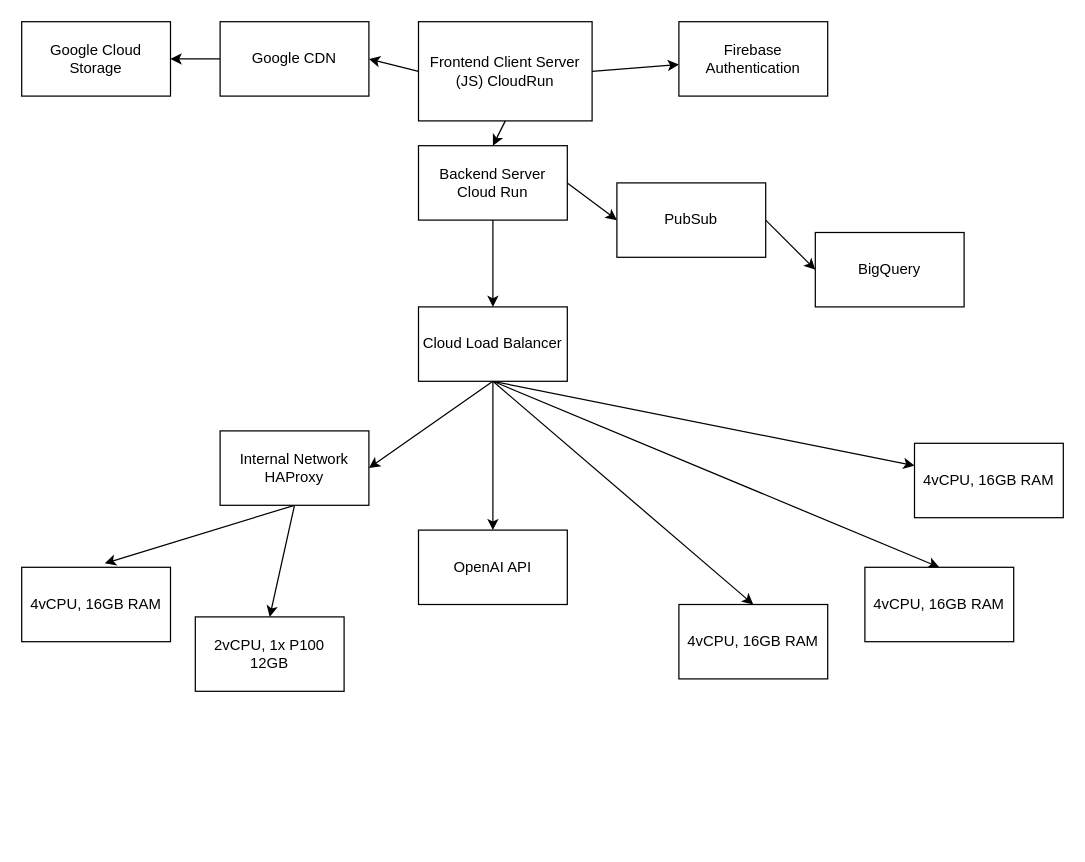
Earlier version of the draw.io diagram diagrams/infrastructure.drawio (mzen17/Character-Neural-Engine). Source tidied: cells renumbered, new cells numbered last; positions are measured from the earlier drawing's top-left corner, leaving out a move shared by most shapes. Both pictures are drawn from the tidied source at 124%, with x=0, y=0 at pixel (21, 21).
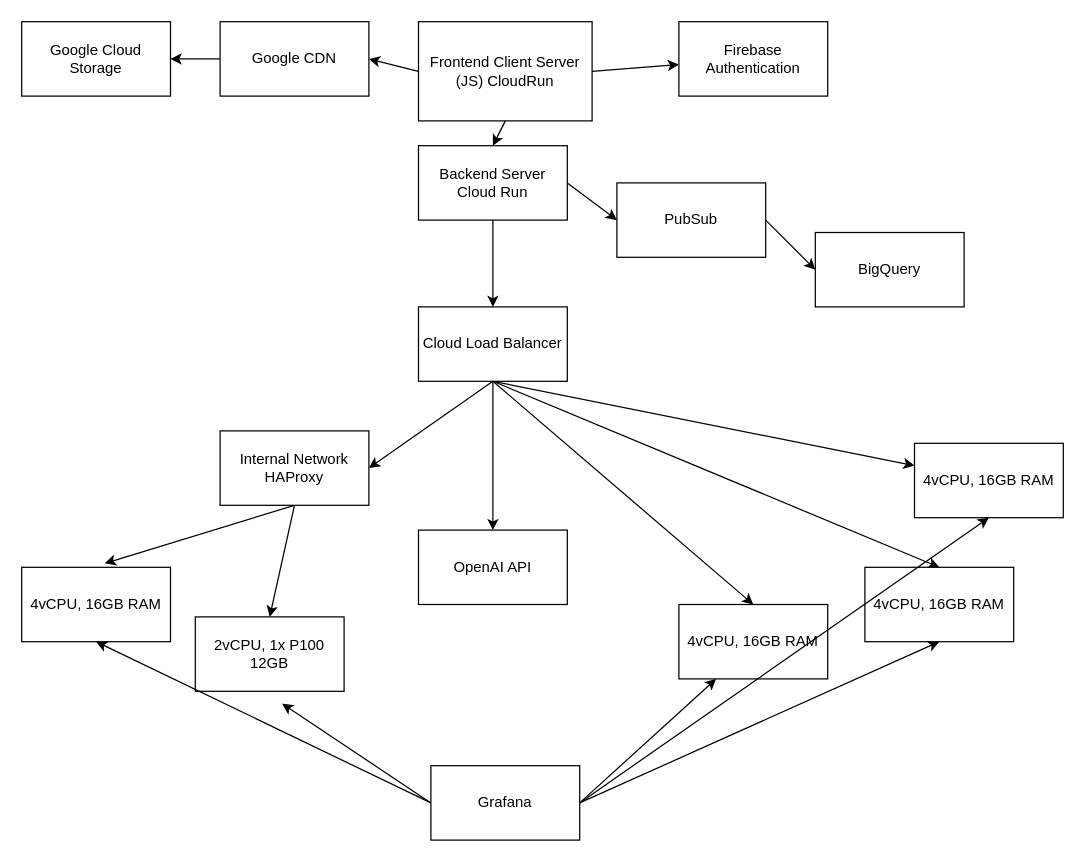
Above is the later version.

The change refers to these unchanged cells:
```xml
<mxCell id="18" value="4vCPU, 16GB RAM" style="rounded=0;whiteSpace=wrap;html=1;" parent="1" vertex="1">
  <mxGeometry y="440" width="120" height="60" as="geometry" />
</mxCell>
<mxCell id="22" value="4vCPU, 16GB RAM" style="rounded=0;whiteSpace=wrap;html=1;" parent="1" vertex="1">
  <mxGeometry x="530" y="470" width="120" height="60" as="geometry" />
</mxCell>
<mxCell id="23" value="4vCPU, 16GB RAM" style="rounded=0;whiteSpace=wrap;html=1;" parent="1" vertex="1">
  <mxGeometry x="680" y="440" width="120" height="60" as="geometry" />
</mxCell>
<mxCell id="24" value="4vCPU, 16GB RAM" style="rounded=0;whiteSpace=wrap;html=1;" parent="1" vertex="1">
  <mxGeometry x="720" y="340" width="120" height="60" as="geometry" />
</mxCell>
```

Change to the diagram source:
```diff
@@
+    <mxCell id="31" style="edgeStyle=none;html=1;exitX=1;exitY=0.5;exitDx=0;exitDy=0;entryX=0.25;entryY=1;entryDx=0;entryDy=0;" parent="1" edge="1" source="36" target="22">
+      <mxGeometry relative="1" as="geometry" />
+    </mxCell>
+    <mxCell id="32" style="edgeStyle=none;html=1;exitX=0;exitY=0.5;exitDx=0;exitDy=0;" parent="1" edge="1" source="36">
+      <mxGeometry relative="1" as="geometry">
+        <mxPoint x="210" y="550" as="targetPoint" />
+      </mxGeometry>
+    </mxCell>
+    <mxCell id="33" style="edgeStyle=none;html=1;exitX=0;exitY=0.5;exitDx=0;exitDy=0;entryX=0.5;entryY=1;entryDx=0;entryDy=0;" parent="1" edge="1" source="36" target="18">
+      <mxGeometry relative="1" as="geometry" />
+    </mxCell>
+    <mxCell id="34" style="edgeStyle=none;html=1;exitX=1;exitY=0.5;exitDx=0;exitDy=0;entryX=0.5;entryY=1;entryDx=0;entryDy=0;" parent="1" edge="1" source="36" target="23">
+      <mxGeometry relative="1" as="geometry" />
+    </mxCell>
+    <mxCell id="35" style="edgeStyle=none;html=1;exitX=1;exitY=0.5;exitDx=0;exitDy=0;entryX=0.5;entryY=1;entryDx=0;entryDy=0;" parent="1" edge="1" source="36" target="24">
+      <mxGeometry relative="1" as="geometry" />
+    </mxCell>
+    <mxCell id="36" value="Grafana" style="rounded=0;whiteSpace=wrap;html=1;" parent="1" vertex="1">
+      <mxGeometry x="330" y="600" width="120" height="60" as="geometry" />
+    </mxCell>
```
